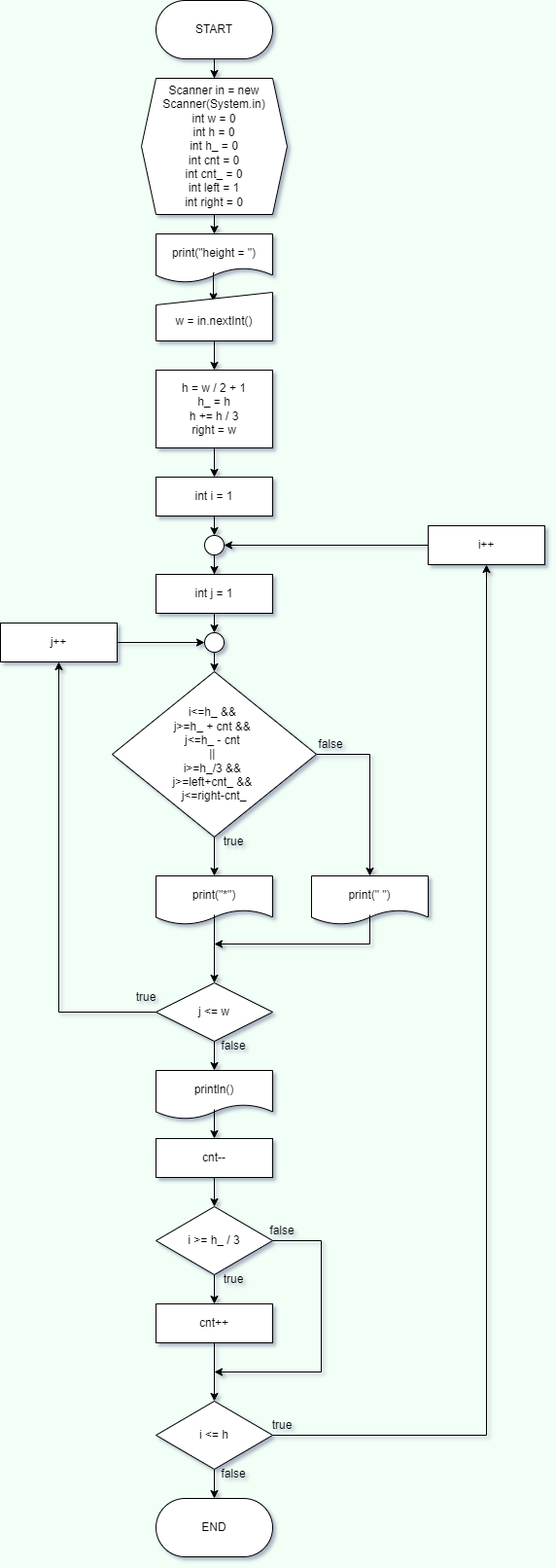
RepiDot/Individual keeps this draw.io diagram as src/FlowChartImage/MakeShape_3.png. Above is the earlier version. Source tidied: cells renumbered, new cells last; positions are measured from the earlier drawing's top-left corner, leaving out a move shared by most shapes.
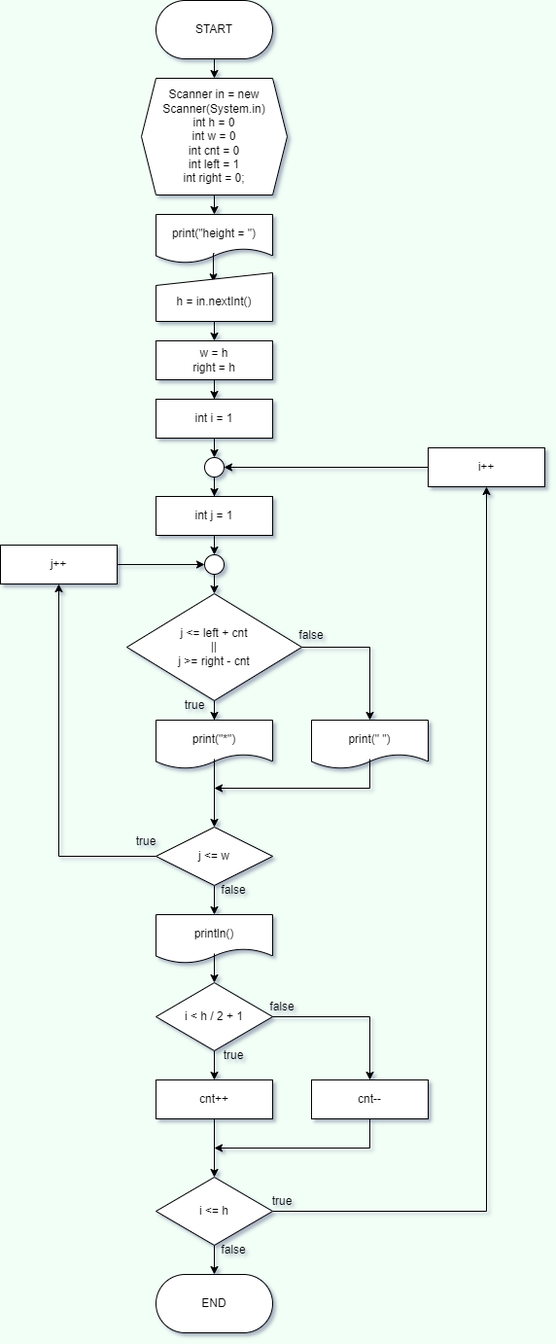
The same diagram one commit later.

Diff of the diagram source:
```diff
@@ -3,49 +3,47 @@
     <mxCell id="0" />
     <mxCell id="1" parent="0" />
     <mxCell id="2" style="rounded=1;whiteSpace=wrap;html=1;arcSize=50;" parent="1" vertex="1">
-      <mxGeometry x="160" width="120" height="60" as="geometry" />
+      <mxGeometry x="160" y="80" width="120" height="60" as="geometry" />
     </mxCell>
-    <mxCell id="3" style="edgeStyle=orthogonalEdgeStyle;rounded=0;jettySize=auto;html=1;exitX=0.5;exitY=1;exitDx=0;exitDy=0;entryX=0.5;entryY=0;entryDx=0;entryDy=0;" parent="1" edge="1" source="5">
-      <mxGeometry relative="1" as="geometry">
-        <mxPoint x="220" y="60" as="targetPoint" />
-      </mxGeometry>
+    <mxCell id="3" style="edgeStyle=orthogonalEdgeStyle;rounded=0;jettySize=auto;html=1;exitX=0.5;exitY=1;exitDx=0;exitDy=0;entryX=0.5;entryY=0;entryDx=0;entryDy=0;" parent="1" edge="1" source="5" target="7">
+      <mxGeometry relative="1" as="geometry" />
     </mxCell>
-    <mxCell id="4" style="edgeStyle=orthogonalEdgeStyle;rounded=0;jettySize=auto;html=1;" parent="1" edge="1" source="5" target="7">
-      <mxGeometry relative="1" as="geometry" />
-    </mxCell>
     <mxCell id="5" value="START" style="text;html=1;strokeColor=none;fillColor=none;align=center;verticalAlign=middle;whiteSpace=wrap;rounded=0;" parent="1" vertex="1">
-      <mxGeometry x="160" width="120" height="60" as="geometry" />
+      <mxGeometry x="160" y="80" width="120" height="60" as="geometry" />
     </mxCell>
     <mxCell id="6" style="edgeStyle=orthogonalEdgeStyle;rounded=0;jettySize=auto;html=1;exitX=0.5;exitY=1;exitDx=0;exitDy=0;entryX=0.5;entryY=0;entryDx=0;entryDy=0;" parent="1" edge="1" source="7" target="8">
       <mxGeometry relative="1" as="geometry" />
     </mxCell>
-    <mxCell id="7" value="Scanner in = new Scanner(System.in)&lt;br&gt;int w = 0&lt;br&gt;int h = 0&lt;br&gt;int h_ = 0&lt;br&gt;int cnt = 0&lt;br&gt;int cnt_ = 0&lt;br&gt;int left = 1&lt;br&gt;int right = 0" style="shape=hexagon;perimeter=hexagonPerimeter2;whiteSpace=wrap;html=1;fixedSize=1;size=15;" parent="1" vertex="1">
-      <mxGeometry x="145" y="80" width="150" height="140" as="geometry" />
+    <mxCell id="7" value="Scanner in = new Scanner(System.in)&lt;br&gt;int h = 0&lt;br&gt;int w = 0&lt;br&gt;int cnt = 0&lt;br&gt;int left = 1&lt;br&gt;int right = 0;" style="shape=hexagon;perimeter=hexagonPerimeter2;whiteSpace=wrap;html=1;fixedSize=1;size=15;" parent="1" vertex="1">
+      <mxGeometry x="145" y="160" width="150" height="120" as="geometry" />
     </mxCell>
     <mxCell id="8" style="shape=document;whiteSpace=wrap;html=1;boundedLbl=1;" parent="1" vertex="1">
-      <mxGeometry x="160" y="240" width="120" height="50" as="geometry" />
+      <mxGeometry x="160" y="300" width="120" height="50" as="geometry" />
     </mxCell>
     <mxCell id="9" style="edgeStyle=orthogonalEdgeStyle;rounded=0;jettySize=auto;html=1;exitX=0.5;exitY=1;exitDx=0;exitDy=0;entryX=0.492;entryY=0.186;entryDx=0;entryDy=0;entryPerimeter=0;" parent="1" edge="1" source="10" target="11">
       <mxGeometry relative="1" as="geometry" />
     </mxCell>
     <mxCell id="10" value="print(&quot;height = &quot;)" style="text;html=1;strokeColor=none;fillColor=none;align=center;verticalAlign=middle;whiteSpace=wrap;rounded=0;" parent="1" vertex="1">
-      <mxGeometry x="160" y="240" width="120" height="40" as="geometry" />
+      <mxGeometry x="160" y="300" width="120" height="40" as="geometry" />
     </mxCell>
     <mxCell id="11" style="shape=manualInput;whiteSpace=wrap;html=1;size=13;" parent="1" vertex="1">
-      <mxGeometry x="160" y="300" width="120" height="50" as="geometry" />
+      <mxGeometry x="160" y="360" width="120" height="50" as="geometry" />
     </mxCell>
     <mxCell id="12" style="edgeStyle=orthogonalEdgeStyle;rounded=0;jettySize=auto;html=1;exitX=0.5;exitY=1;exitDx=0;exitDy=0;entryX=0.5;entryY=0;entryDx=0;entryDy=0;" parent="1" edge="1" source="13" target="15">
       <mxGeometry relative="1" as="geometry" />
     </mxCell>
-    <mxCell id="13" value="w = in.nextInt()" style="text;html=1;strokeColor=none;fillColor=none;align=center;verticalAlign=middle;whiteSpace=wrap;rounded=0;" parent="1" vertex="1">
-      <mxGeometry x="160" y="310" width="120" height="40" as="geometry" />
+    <mxCell id="13" value="h = in.nextInt()" style="text;html=1;strokeColor=none;fillColor=none;align=center;verticalAlign=middle;whiteSpace=wrap;rounded=0;" parent="1" vertex="1">
+      <mxGeometry x="160" y="370" width="120" height="40" as="geometry" />
     </mxCell>
-    <mxCell id="14" style="edgeStyle=orthogonalEdgeStyle;rounded=0;jettySize=auto;html=1;entryX=0.5;entryY=0;entryDx=0;entryDy=0;" parent="1" edge="1" source="15" target="20">
-      <mxGeometry relative="1" as="geometry" />
-    </mxCell>
-    <mxCell id="15" value="h = w / 2 + 1&lt;br&gt;h_ = h&lt;br&gt;h += h / 3&lt;br&gt;right = w" style="rounded=0;whiteSpace=wrap;html=1;" parent="1" vertex="1">
-      <mxGeometry x="160" y="380" width="120" height="80" as="geometry" />
+    <mxCell id="15" style="rounded=0;whiteSpace=wrap;html=1;" parent="1" vertex="1">
+      <mxGeometry x="160" y="430" width="120" height="40" as="geometry" />
     </mxCell>
+    <mxCell id="72" style="edgeStyle=orthogonalEdgeStyle;rounded=0;jettySize=auto;html=1;entryX=0.5;entryY=0;entryDx=0;entryDy=0;" parent="1" edge="1" source="73" target="20">
+      <mxGeometry relative="1" as="geometry" />
+    </mxCell>
+    <mxCell id="73" value="w = h&lt;br&gt;right = h" style="text;html=1;strokeColor=none;fillColor=none;align=center;verticalAlign=middle;whiteSpace=wrap;rounded=0;" parent="1" vertex="1">
+      <mxGeometry x="160" y="430" width="120" height="40" as="geometry" />
+    </mxCell>
     <mxCell id="16" style="edgeStyle=orthogonalEdgeStyle;rounded=0;jettySize=auto;html=1;" parent="1" edge="1" source="17" target="23">
       <mxGeometry relative="1" as="geometry" />
     </mxCell>
@@ -76,64 +74,67 @@
     <mxCell id="25" style="ellipse;whiteSpace=wrap;html=1;" parent="1" vertex="1">
       <mxGeometry x="210" y="650" width="20" height="20" as="geometry" />
     </mxCell>
+    <mxCell id="27" style="edgeStyle=orthogonalEdgeStyle;rounded=0;jettySize=auto;html=1;entryX=0.5;entryY=0;entryDx=0;entryDy=0;" parent="1" edge="1" source="28" target="31">
+      <mxGeometry relative="1" as="geometry" />
+    </mxCell>
     <mxCell id="26" style="edgeStyle=orthogonalEdgeStyle;rounded=0;jettySize=auto;html=1;exitX=1;exitY=0.5;exitDx=0;exitDy=0;entryX=0.5;entryY=0;entryDx=0;entryDy=0;" parent="1" edge="1" source="28" target="35">
       <mxGeometry relative="1" as="geometry" />
     </mxCell>
-    <mxCell id="27" style="edgeStyle=orthogonalEdgeStyle;rounded=0;jettySize=auto;html=1;exitX=0.5;exitY=1;exitDx=0;exitDy=0;entryX=0.5;entryY=0;entryDx=0;entryDy=0;" parent="1" edge="1" source="28" target="31">
-      <mxGeometry relative="1" as="geometry" />
-    </mxCell>
-    <mxCell id="28" value="i&amp;lt;=h_ &amp;amp;&amp;amp; &lt;br&gt;j&amp;gt;=h_ + cnt &amp;amp;&amp;amp; &lt;br&gt;j&amp;lt;=h_ - cnt &lt;br&gt;|| &lt;br&gt;i&amp;gt;=h_/3 &amp;amp;&amp;amp; &lt;br&gt;j&amp;gt;=left+cnt_ &amp;amp;&amp;amp; &lt;br&gt;j&amp;lt;=right-cnt_" style="rhombus;whiteSpace=wrap;html=1;" parent="1" vertex="1">
-      <mxGeometry x="115" y="690" width="210" height="170" as="geometry" />
+    <mxCell id="28" style="rhombus;whiteSpace=wrap;html=1;" parent="1" vertex="1">
+      <mxGeometry x="130" y="690" width="180" height="110" as="geometry" />
     </mxCell>
+    <mxCell id="74" value="j &amp;lt;= left + cnt&lt;br&gt;||&lt;br&gt;j &amp;gt;= right - cnt" style="text;html=1;strokeColor=none;fillColor=none;align=center;verticalAlign=middle;whiteSpace=wrap;rounded=0;" parent="1" vertex="1">
+      <mxGeometry x="160" y="717.5" width="120" height="55" as="geometry" />
+    </mxCell>
     <mxCell id="29" style="shape=document;whiteSpace=wrap;html=1;boundedLbl=1;" parent="1" vertex="1">
-      <mxGeometry x="160" y="900" width="120" height="50" as="geometry" />
+      <mxGeometry x="160" y="820" width="120" height="50" as="geometry" />
     </mxCell>
     <mxCell id="30" style="edgeStyle=orthogonalEdgeStyle;rounded=0;jettySize=auto;html=1;exitX=0.5;exitY=1;exitDx=0;exitDy=0;entryX=0.5;entryY=0;entryDx=0;entryDy=0;" parent="1" edge="1" source="31" target="41">
       <mxGeometry relative="1" as="geometry" />
     </mxCell>
     <mxCell id="31" value="print(&quot;*&quot;)" style="text;html=1;strokeColor=none;fillColor=none;align=center;verticalAlign=middle;whiteSpace=wrap;rounded=0;" parent="1" vertex="1">
-      <mxGeometry x="160" y="900" width="120" height="40" as="geometry" />
+      <mxGeometry x="160" y="820" width="120" height="40" as="geometry" />
     </mxCell>
     <mxCell id="32" value="true" style="text;html=1;strokeColor=none;fillColor=none;align=center;verticalAlign=middle;whiteSpace=wrap;rounded=0;" parent="1" vertex="1">
-      <mxGeometry x="210" y="850" width="60" height="30" as="geometry" />
+      <mxGeometry x="170" y="790" width="60" height="30" as="geometry" />
     </mxCell>
     <mxCell id="33" style="shape=document;whiteSpace=wrap;html=1;boundedLbl=1;" parent="1" vertex="1">
-      <mxGeometry x="320" y="900" width="120" height="50" as="geometry" />
+      <mxGeometry x="320" y="820" width="120" height="50" as="geometry" />
     </mxCell>
     <mxCell id="34" style="edgeStyle=orthogonalEdgeStyle;rounded=0;jettySize=auto;html=1;exitX=0.5;exitY=1;exitDx=0;exitDy=0;" parent="1" edge="1" source="35">
       <mxGeometry relative="1" as="geometry">
-        <mxPoint x="220" y="970" as="targetPoint" />
+        <mxPoint x="220" y="890" as="targetPoint" />
         <Array as="points">
-          <mxPoint x="380" y="970" />
+          <mxPoint x="380" y="890" />
         </Array>
       </mxGeometry>
     </mxCell>
     <mxCell id="35" value="print(&quot; &quot;)" style="text;html=1;strokeColor=none;fillColor=none;align=center;verticalAlign=middle;whiteSpace=wrap;rounded=0;" parent="1" vertex="1">
-      <mxGeometry x="320" y="900" width="120" height="40" as="geometry" />
+      <mxGeometry x="320" y="820" width="120" height="40" as="geometry" />
     </mxCell>
     <mxCell id="36" value="false" style="text;html=1;strokeColor=none;fillColor=none;align=center;verticalAlign=middle;whiteSpace=wrap;rounded=0;" parent="1" vertex="1">
-      <mxGeometry x="310" y="750" width="60" height="30" as="geometry" />
+      <mxGeometry x="290" y="717.5" width="60" height="30" as="geometry" />
     </mxCell>
     <mxCell id="37" style="shape=document;whiteSpace=wrap;html=1;boundedLbl=1;" parent="1" vertex="1">
-      <mxGeometry x="160" y="1100" width="120" height="50" as="geometry" />
+      <mxGeometry x="160" y="1020" width="120" height="50" as="geometry" />
     </mxCell>
-    <mxCell id="38" style="edgeStyle=orthogonalEdgeStyle;rounded=0;jettySize=auto;html=1;entryX=0.5;entryY=0;entryDx=0;entryDy=0;" parent="1" edge="1" source="39" target="71">
-      <mxGeometry relative="1" as="geometry" />
-    </mxCell>
+    <mxCell id="75" style="edgeStyle=orthogonalEdgeStyle;rounded=0;jettySize=auto;html=1;exitX=0.5;exitY=1;exitDx=0;exitDy=0;entryX=0.5;entryY=0;entryDx=0;entryDy=0;" parent="1" edge="1" source="39" target="50">
+      <mxGeometry relative="1" as="geometry" />
+    </mxCell>
     <mxCell id="39" value="println()" style="text;html=1;strokeColor=none;fillColor=none;align=center;verticalAlign=middle;whiteSpace=wrap;rounded=0;" parent="1" vertex="1">
-      <mxGeometry x="160" y="1100" width="120" height="40" as="geometry" />
+      <mxGeometry x="160" y="1020" width="120" height="40" as="geometry" />
     </mxCell>
     <mxCell id="40" style="edgeStyle=orthogonalEdgeStyle;rounded=0;jettySize=auto;html=1;entryX=0.5;entryY=0;entryDx=0;entryDy=0;" parent="1" edge="1" source="41" target="39">
       <mxGeometry relative="1" as="geometry" />
     </mxCell>
     <mxCell id="41" style="rhombus;whiteSpace=wrap;html=1;" parent="1" vertex="1">
-      <mxGeometry x="160" y="1010" width="120" height="60" as="geometry" />
+      <mxGeometry x="160" y="930" width="120" height="60" as="geometry" />
     </mxCell>
     <mxCell id="42" style="edgeStyle=orthogonalEdgeStyle;rounded=0;jettySize=auto;html=1;exitX=0;exitY=0.5;exitDx=0;exitDy=0;entryX=0.5;entryY=1;entryDx=0;entryDy=0;" parent="1" edge="1" source="43" target="46">
       <mxGeometry relative="1" as="geometry" />
     </mxCell>
     <mxCell id="43" value="j &amp;lt;= w" style="text;html=1;strokeColor=none;fillColor=none;align=center;verticalAlign=middle;whiteSpace=wrap;rounded=0;" parent="1" vertex="1">
-      <mxGeometry x="160" y="1020" width="120" height="40" as="geometry" />
+      <mxGeometry x="160" y="940" width="120" height="40" as="geometry" />
     </mxCell>
     <mxCell id="44" style="rounded=0;whiteSpace=wrap;html=1;" parent="1" vertex="1">
       <mxGeometry y="640" width="120" height="40" as="geometry" />
@@ -145,40 +146,34 @@
       <mxGeometry y="640" width="120" height="40" as="geometry" />
     </mxCell>
     <mxCell id="47" value="true" style="text;html=1;strokeColor=none;fillColor=none;align=center;verticalAlign=middle;whiteSpace=wrap;rounded=0;" parent="1" vertex="1">
-      <mxGeometry x="120" y="1010" width="60" height="30" as="geometry" />
+      <mxGeometry x="120" y="930" width="60" height="30" as="geometry" />
     </mxCell>
     <mxCell id="48" value="false" style="text;html=1;strokeColor=none;fillColor=none;align=center;verticalAlign=middle;whiteSpace=wrap;rounded=0;" parent="1" vertex="1">
-      <mxGeometry x="210" y="1060" width="60" height="30" as="geometry" />
+      <mxGeometry x="210" y="980" width="60" height="30" as="geometry" />
     </mxCell>
     <mxCell id="49" style="edgeStyle=orthogonalEdgeStyle;rounded=0;jettySize=auto;html=1;" parent="1" edge="1" source="50" target="53">
       <mxGeometry relative="1" as="geometry" />
     </mxCell>
     <mxCell id="50" style="rhombus;whiteSpace=wrap;html=1;" parent="1" vertex="1">
-      <mxGeometry x="160" y="1240" width="120" height="70" as="geometry" />
+      <mxGeometry x="160" y="1090" width="120" height="70" as="geometry" />
     </mxCell>
-    <mxCell id="51" style="edgeStyle=orthogonalEdgeStyle;rounded=0;jettySize=auto;html=1;" parent="1" edge="1" source="52">
-      <mxGeometry relative="1" as="geometry">
-        <mxPoint x="220" y="1410" as="targetPoint" />
-        <Array as="points">
-          <mxPoint x="330" y="1275" />
-          <mxPoint x="330" y="1410" />
-        </Array>
-      </mxGeometry>
-    </mxCell>
+    <mxCell id="76" style="edgeStyle=orthogonalEdgeStyle;rounded=0;jettySize=auto;html=1;entryX=0.5;entryY=0;entryDx=0;entryDy=0;" parent="1" edge="1" source="52" target="71">
+      <mxGeometry relative="1" as="geometry" />
+    </mxCell>
-    <mxCell id="52" value="i &amp;gt;= h_ / 3" style="text;html=1;strokeColor=none;fillColor=none;align=center;verticalAlign=middle;whiteSpace=wrap;rounded=0;" parent="1" vertex="1">
-      <mxGeometry x="160" y="1255" width="120" height="40" as="geometry" />
+    <mxCell id="52" value="i &amp;lt; h / 2 + 1" style="text;html=1;strokeColor=none;fillColor=none;align=center;verticalAlign=middle;whiteSpace=wrap;rounded=0;" parent="1" vertex="1">
+      <mxGeometry x="160" y="1105" width="120" height="40" as="geometry" />
     </mxCell>
     <mxCell id="53" style="whiteSpace=wrap;html=1;" parent="1" vertex="1">
-      <mxGeometry x="160" y="1340" width="120" height="40" as="geometry" />
+      <mxGeometry x="160" y="1190" width="120" height="40" as="geometry" />
     </mxCell>
     <mxCell id="54" style="edgeStyle=orthogonalEdgeStyle;rounded=0;jettySize=auto;html=1;" parent="1" edge="1" source="55" target="59">
       <mxGeometry relative="1" as="geometry" />
     </mxCell>
     <mxCell id="55" value="cnt++" style="text;html=1;strokeColor=none;fillColor=none;align=center;verticalAlign=middle;whiteSpace=wrap;rounded=0;" parent="1" vertex="1">
-      <mxGeometry x="160" y="1340" width="120" height="40" as="geometry" />
+      <mxGeometry x="160" y="1190" width="120" height="40" as="geometry" />
     </mxCell>
     <mxCell id="56" value="true" style="text;html=1;strokeColor=none;fillColor=none;align=center;verticalAlign=middle;whiteSpace=wrap;rounded=0;" parent="1" vertex="1">
-      <mxGeometry x="210" y="1300" width="60" height="30" as="geometry" />
+      <mxGeometry x="210" y="1150" width="60" height="30" as="geometry" />
     </mxCell>
     <mxCell id="57" style="edgeStyle=orthogonalEdgeStyle;rounded=0;jettySize=auto;html=1;entryX=0.5;entryY=1;entryDx=0;entryDy=0;" parent="1" edge="1" source="59" target="63">
       <mxGeometry relative="1" as="geometry" />
@@ -187,10 +182,10 @@
       <mxGeometry relative="1" as="geometry" />
     </mxCell>
     <mxCell id="59" style="rhombus;whiteSpace=wrap;html=1;" parent="1" vertex="1">
-      <mxGeometry x="160" y="1440" width="120" height="70" as="geometry" />
+      <mxGeometry x="160" y="1290" width="120" height="70" as="geometry" />
     </mxCell>
     <mxCell id="60" value="i &amp;lt;= h" style="text;html=1;strokeColor=none;fillColor=none;align=center;verticalAlign=middle;whiteSpace=wrap;rounded=0;" parent="1" vertex="1">
-      <mxGeometry x="160" y="1455" width="120" height="40" as="geometry" />
+      <mxGeometry x="160" y="1305" width="120" height="40" as="geometry" />
     </mxCell>
     <mxCell id="61" style="edgeStyle=orthogonalEdgeStyle;rounded=0;jettySize=auto;html=1;entryX=1;entryY=0.5;entryDx=0;entryDy=0;" parent="1" edge="1" source="62" target="17">
       <mxGeometry relative="1" as="geometry" />
@@ -201,29 +196,35 @@
     <mxCell id="63" value="i++" style="text;html=1;strokeColor=none;fillColor=none;align=center;verticalAlign=middle;whiteSpace=wrap;rounded=0;" parent="1" vertex="1">
       <mxGeometry x="440" y="540" width="120" height="40" as="geometry" />
     </mxCell>
+    <mxCell id="77" style="whiteSpace=wrap;html=1;" parent="1" vertex="1">
+      <mxGeometry x="320" y="1190" width="120" height="40" as="geometry" />
+    </mxCell>
     <mxCell id="64" value="false" style="text;html=1;strokeColor=none;fillColor=none;align=center;verticalAlign=middle;whiteSpace=wrap;rounded=0;" parent="1" vertex="1">
-      <mxGeometry x="260" y="1250" width="60" height="30" as="geometry" />
+      <mxGeometry x="260" y="1100" width="60" height="30" as="geometry" />
     </mxCell>
+    <mxCell id="78" style="edgeStyle=orthogonalEdgeStyle;rounded=0;jettySize=auto;html=1;exitX=0.5;exitY=1;exitDx=0;exitDy=0;" parent="1" edge="1" source="71">
+      <mxGeometry relative="1" as="geometry">
+        <mxPoint x="220" y="1260" as="targetPoint" />
+        <Array as="points">
+          <mxPoint x="380" y="1260" />
+          <mxPoint x="220" y="1260" />
+        </Array>
+      </mxGeometry>
+    </mxCell>
+    <mxCell id="71" value="cnt--" style="text;html=1;strokeColor=none;fillColor=none;align=center;verticalAlign=middle;whiteSpace=wrap;rounded=0;" parent="1" vertex="1">
+      <mxGeometry x="320" y="1190" width="120" height="40" as="geometry" />
+    </mxCell>
     <mxCell id="65" value="true" style="text;html=1;strokeColor=none;fillColor=none;align=center;verticalAlign=middle;whiteSpace=wrap;rounded=0;" parent="1" vertex="1">
-      <mxGeometry x="260" y="1450" width="60" height="30" as="geometry" />
+      <mxGeometry x="260" y="1300" width="60" height="30" as="geometry" />
     </mxCell>
     <mxCell id="66" value="false" style="text;html=1;strokeColor=none;fillColor=none;align=center;verticalAlign=middle;whiteSpace=wrap;rounded=0;" parent="1" vertex="1">
-      <mxGeometry x="210" y="1500" width="60" height="30" as="geometry" />
+      <mxGeometry x="210" y="1350" width="60" height="30" as="geometry" />
     </mxCell>
     <mxCell id="67" style="rounded=1;whiteSpace=wrap;html=1;arcSize=50;" parent="1" vertex="1">
-      <mxGeometry x="160" y="1540" width="120" height="60" as="geometry" />
+      <mxGeometry x="160" y="1390" width="120" height="60" as="geometry" />
     </mxCell>
     <mxCell id="68" value="END" style="text;html=1;strokeColor=none;fillColor=none;align=center;verticalAlign=middle;whiteSpace=wrap;rounded=0;" parent="1" vertex="1">
-      <mxGeometry x="160" y="1540" width="120" height="60" as="geometry" />
+      <mxGeometry x="160" y="1390" width="120" height="60" as="geometry" />
     </mxCell>
-    <mxCell id="69" style="rounded=0;whiteSpace=wrap;html=1;" parent="1" vertex="1">
-      <mxGeometry x="160" y="1170" width="120" height="40" as="geometry" />
-    </mxCell>
-    <mxCell id="70" style="edgeStyle=orthogonalEdgeStyle;rounded=0;jettySize=auto;html=1;entryX=0.5;entryY=0;entryDx=0;entryDy=0;" parent="1" edge="1" source="71" target="50">
-      <mxGeometry relative="1" as="geometry" />
-    </mxCell>
-    <mxCell id="71" value="cnt--" style="text;html=1;strokeColor=none;fillColor=none;align=center;verticalAlign=middle;whiteSpace=wrap;rounded=0;" parent="1" vertex="1">
-      <mxGeometry x="160" y="1170" width="120" height="40" as="geometry" />
-    </mxCell>
   </root>
 </mxGraphModel>
```
